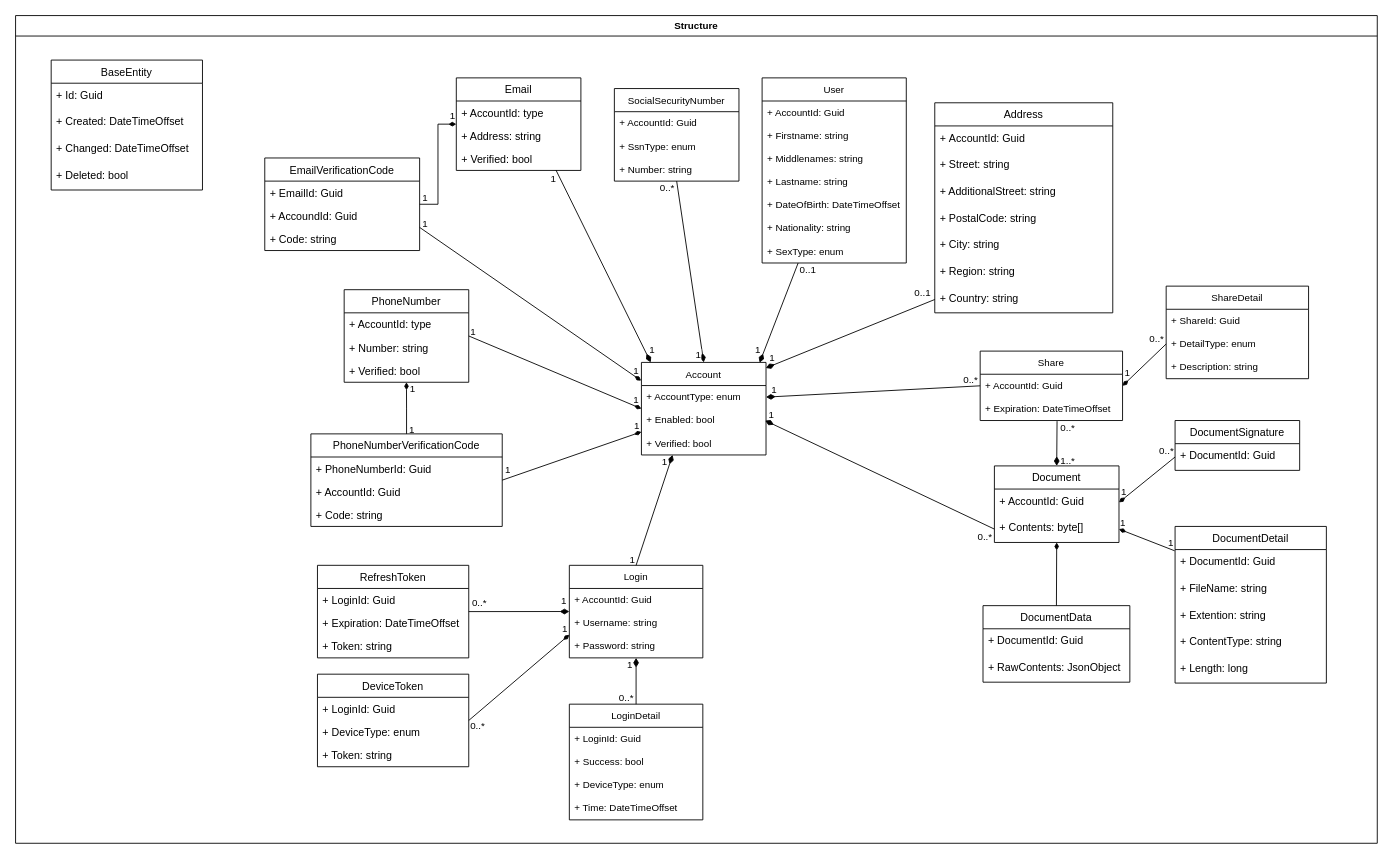
The draw.io diagram page "V4" (4 of 4) of structure.drawio in ToxicK1dd/FileShare, before the edit. Source tidied: cells renumbered, new cells numbered last; positions are measured from the earlier drawing's top-left corner, leaving out a move shared by most shapes. Both pictures are drawn from the tidied source at 89%, with x=0, y=0 at pixel (15, 15).
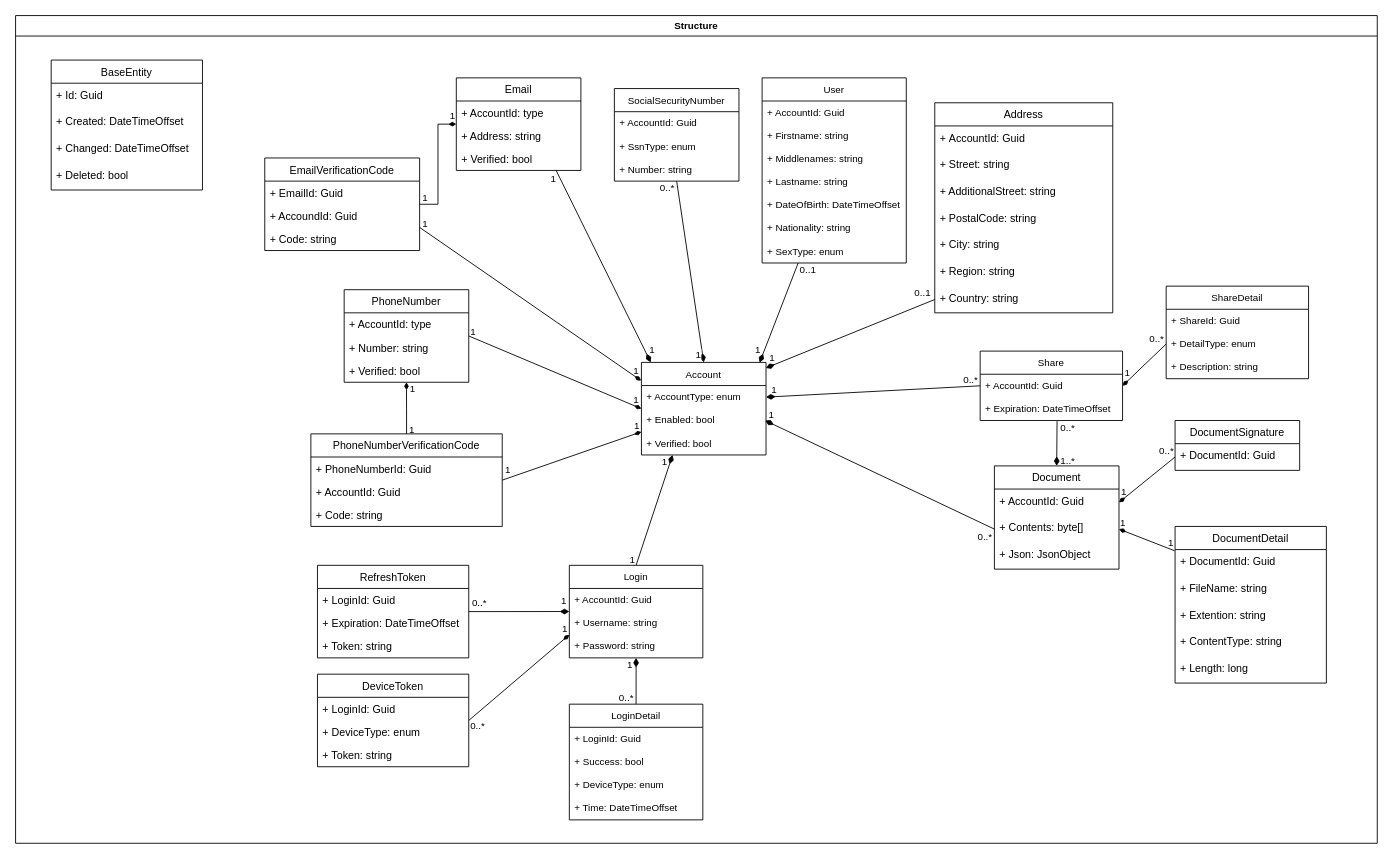
The same diagram, later.

The change refers to these unchanged cells:
```xml
<mxCell id="2" value="Structure" style="swimlane;labelBackgroundColor=none;fontSize=11;startSize=23;" parent="1" vertex="1">
  <mxGeometry width="1530" height="930" as="geometry" />
</mxCell>
```

Change to the diagram source:
```diff
@@
     <mxCell id="18" value="Document" style="swimlane;fontStyle=0;horizontal=1;startSize=26;fillColor=none;" parent="2" vertex="1">
-      <mxGeometry x="1099.8" y="506" width="140" height="86" as="geometry" />
+      <mxGeometry x="1099.8" y="506" width="140" height="116" as="geometry" />
     </mxCell>
@@
+    <mxCell id="144" value="+ Json: JsonObject" style="text;strokeColor=none;fillColor=none;align=left;verticalAlign=top;spacingLeft=4;spacingRight=4;overflow=hidden;" parent="18" vertex="1">
+      <mxGeometry y="86" width="140" height="30" as="geometry" />
+    </mxCell>
@@
-    <mxCell id="140" style="edgeStyle=none;html=1;exitX=0.5;exitY=0;exitDx=0;exitDy=0;entryX=0.5;entryY=1;entryDx=0;entryDy=0;endArrow=diamondThin;endFill=1;" parent="2" edge="1" source="141" target="18">
-      <mxGeometry relative="1" as="geometry" />
-    </mxCell>
-    <mxCell id="141" value="DocumentData" style="swimlane;fontStyle=0;horizontal=1;startSize=26;fillColor=none;" parent="2" vertex="1">
-      <mxGeometry x="1087" y="663" width="165" height="86" as="geometry" />
-    </mxCell>
-    <mxCell id="142" value="+ DocumentId: Guid" style="text;strokeColor=none;fillColor=none;align=left;verticalAlign=top;spacingLeft=4;spacingRight=4;overflow=hidden;" parent="141" vertex="1">
-      <mxGeometry y="26" width="165" height="30" as="geometry" />
-    </mxCell>
-    <mxCell id="143" value="+ RawContents: JsonObject" style="text;strokeColor=none;fillColor=none;align=left;verticalAlign=top;spacingLeft=4;spacingRight=4;overflow=hidden;" parent="141" vertex="1">
-      <mxGeometry y="56" width="165" height="30" as="geometry" />
-    </mxCell>
```
